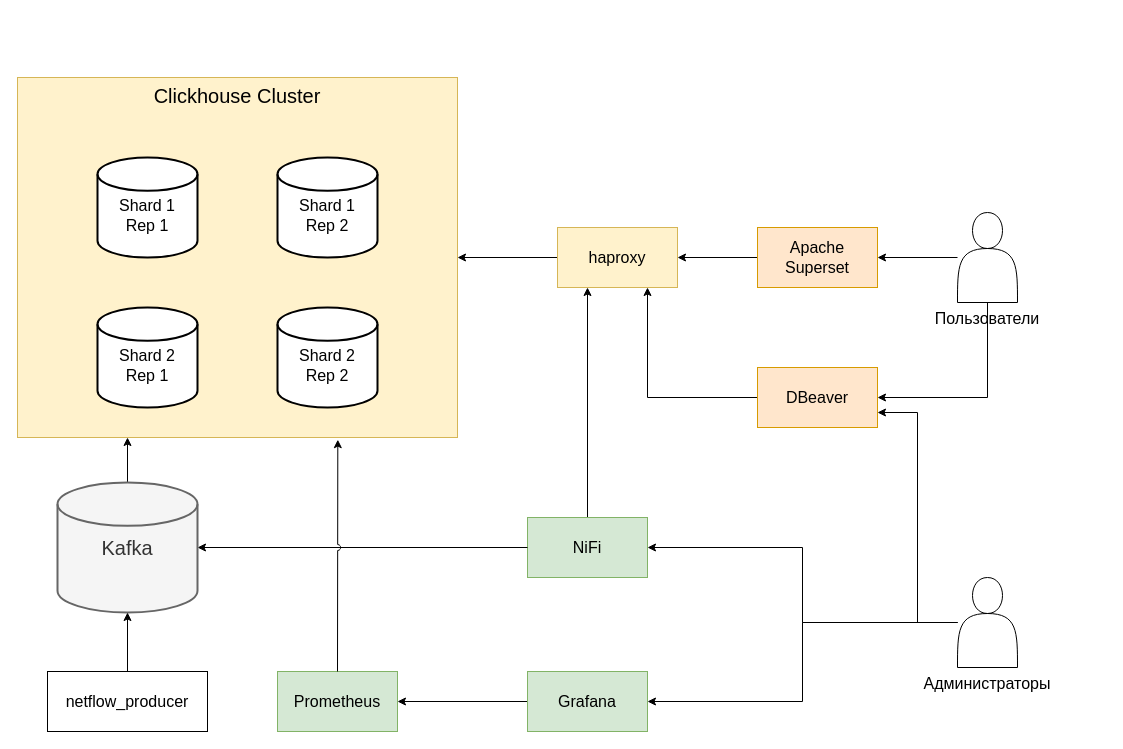
Earlier version of the draw.io diagram hld_diagram.drawio (ddmitry80/otus-clickhouse-project). Source tidied: cells renumbered, new cells numbered last; positions are measured from the earlier drawing's top-left corner, leaving out a move shared by most shapes. Both pictures are drawn from the tidied source at 100%, with x=0, y=0 at pixel (17, 77).
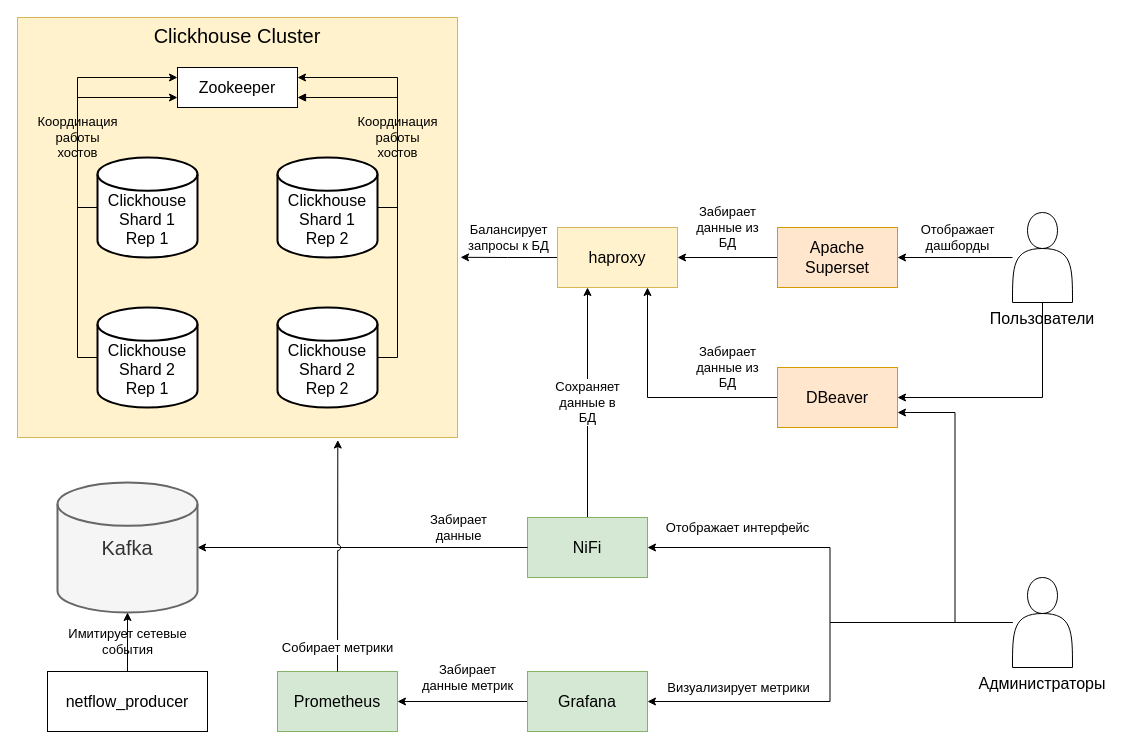
The same page after the edit.

Commit message (it also covers changes not shown here):
Обновленный HLD проекта

Unchanged cells that the change refers to:
```xml
<mxCell id="9" value="haproxy" style="rounded=0;whiteSpace=wrap;html=1;fontSize=16;fillColor=#fff2cc;strokeColor=#d6b656;" parent="1" vertex="1">
  <mxGeometry x="540" y="150" width="120" height="60" as="geometry" />
</mxCell>
<mxCell id="14" value="Prometheus" style="rounded=0;whiteSpace=wrap;html=1;fontSize=16;fillColor=#d5e8d4;strokeColor=#82b366;" parent="1" vertex="1">
  <mxGeometry x="260" y="594" width="120" height="60" as="geometry" />
</mxCell>
<mxCell id="16" value="Grafana" style="rounded=0;whiteSpace=wrap;html=1;fontSize=16;fillColor=#d5e8d4;strokeColor=#82b366;" parent="1" vertex="1">
  <mxGeometry x="510" y="594" width="120" height="60" as="geometry" />
</mxCell>
<mxCell id="22" value="NiFi" style="rounded=0;whiteSpace=wrap;html=1;fontSize=16;fillColor=#d5e8d4;strokeColor=#82b366;" parent="1" vertex="1">
  <mxGeometry x="510" y="440" width="120" height="60" as="geometry" />
</mxCell>
<mxCell id="29" value="Kafka" style="strokeWidth=2;html=1;shape=mxgraph.flowchart.database;whiteSpace=wrap;fontSize=20;fillColor=#f5f5f5;fontColor=#333333;strokeColor=#666666;" parent="1" vertex="1">
  <mxGeometry x="40" y="405" width="140" height="130" as="geometry" />
</mxCell>
<mxCell id="31" value="netflow_producer" style="rounded=0;whiteSpace=wrap;html=1;fontSize=16;" parent="1" vertex="1">
  <mxGeometry x="30" y="594" width="160" height="60" as="geometry" />
</mxCell>
```

Diff of the diagram source:
```diff
@@
-    <mxCell id="2" style="group;fillColor=#fff2cc;strokeColor=#d6b656;" parent="1" vertex="1">
-      <mxGeometry width="440" height="360" as="geometry" />
-    </mxCell>
-    <mxCell id="3" value="Clickhouse Cluster" style="rounded=0;whiteSpace=wrap;html=1;fontSize=20;verticalAlign=top;fillColor=#fff2cc;strokeColor=#d6b656;" parent="2" vertex="1">
-      <mxGeometry width="440" height="360" as="geometry" />
-    </mxCell>
-    <mxCell id="4" value="Shard 1&lt;br&gt;Rep 1" style="strokeWidth=2;html=1;shape=mxgraph.flowchart.database;whiteSpace=wrap;fontSize=16;verticalAlign=middle;spacingTop=16;" parent="2" vertex="1">
-      <mxGeometry x="80" y="80" width="100" height="100" as="geometry" />
-    </mxCell>
-    <mxCell id="5" value="Shard 1&lt;br&gt;Rep 2" style="strokeWidth=2;html=1;shape=mxgraph.flowchart.database;whiteSpace=wrap;fontSize=16;verticalAlign=middle;spacingTop=16;" parent="2" vertex="1">
-      <mxGeometry x="260" y="80" width="100" height="100" as="geometry" />
-    </mxCell>
-    <mxCell id="6" value="Shard 2&lt;br&gt;Rep 1" style="strokeWidth=2;html=1;shape=mxgraph.flowchart.database;whiteSpace=wrap;fontSize=16;verticalAlign=middle;spacingTop=16;" parent="2" vertex="1">
-      <mxGeometry x="80" y="230" width="100" height="100" as="geometry" />
-    </mxCell>
-    <mxCell id="7" value="Shard 2&lt;br&gt;Rep 2" style="strokeWidth=2;html=1;shape=mxgraph.flowchart.database;whiteSpace=wrap;fontSize=16;verticalAlign=middle;spacingTop=16;" parent="2" vertex="1">
-      <mxGeometry x="260" y="230" width="100" height="100" as="geometry" />
-    </mxCell>
-    <mxCell id="8" style="edgeStyle=orthogonalEdgeStyle;rounded=0;jettySize=auto;html=1;startArrow=none;startFill=0;" parent="1" edge="1" source="9" target="3">
-      <mxGeometry relative="1" as="geometry" />
+    <mxCell id="8" value="Балансирует&lt;br&gt;запросы к БД" style="edgeStyle=orthogonalEdgeStyle;rounded=0;jettySize=auto;html=1;startArrow=none;startFill=0;fontSize=13;entryX=1.007;entryY=0.571;entryDx=0;entryDy=0;entryPerimeter=0;" parent="1" edge="1" source="9" target="3">
+      <mxGeometry y="-20" relative="1" as="geometry" />
     </mxCell>
@@
-    <mxCell id="10" style="edgeStyle=orthogonalEdgeStyle;rounded=0;jettySize=auto;html=1;entryX=1;entryY=0.5;entryDx=0;entryDy=0;" parent="1" edge="1" source="11" target="9">
-      <mxGeometry relative="1" as="geometry" />
+    <mxCell id="10" value="Забирает&lt;br&gt;данные из&lt;br&gt;БД" style="edgeStyle=orthogonalEdgeStyle;rounded=0;jettySize=auto;html=1;entryX=1;entryY=0.5;entryDx=0;entryDy=0;fontSize=13;" parent="1" edge="1" source="11" target="9">
+      <mxGeometry y="-30" relative="1" as="geometry" />
     </mxCell>
     <mxCell id="11" value="Apache Superset" style="rounded=0;whiteSpace=wrap;html=1;fontSize=16;fillColor=#ffe6cc;strokeColor=#d79b00;" parent="1" vertex="1">
-      <mxGeometry x="740" y="150" width="120" height="60" as="geometry" />
+      <mxGeometry x="760" y="150" width="120" height="60" as="geometry" />
     </mxCell>
-    <mxCell id="12" style="edgeStyle=orthogonalEdgeStyle;rounded=0;jettySize=auto;html=1;entryX=0.75;entryY=1;entryDx=0;entryDy=0;" parent="1" edge="1" source="13" target="9">
-      <mxGeometry relative="1" as="geometry" />
+    <mxCell id="12" value="Забирает&lt;br&gt;данные из&lt;br&gt;БД" style="edgeStyle=orthogonalEdgeStyle;rounded=0;jettySize=auto;html=1;entryX=0.75;entryY=1;entryDx=0;entryDy=0;fontSize=13;" parent="1" edge="1" source="13" target="9">
+      <mxGeometry x="-0.58" y="-30" relative="1" as="geometry" />
     </mxCell>
     <mxCell id="13" value="DBeaver" style="rounded=0;whiteSpace=wrap;html=1;fontSize=16;fillColor=#ffe6cc;strokeColor=#d79b00;" parent="1" vertex="1">
-      <mxGeometry x="740" y="290" width="120" height="60" as="geometry" />
+      <mxGeometry x="760" y="290" width="120" height="60" as="geometry" />
     </mxCell>
@@
-    <mxCell id="15" style="edgeStyle=orthogonalEdgeStyle;rounded=0;jettySize=auto;html=1;" parent="1" edge="1" source="16" target="14">
-      <mxGeometry relative="1" as="geometry" />
+    <mxCell id="15" value="Забирает&lt;br&gt;данные&amp;nbsp;метрик" style="edgeStyle=orthogonalEdgeStyle;rounded=0;jettySize=auto;html=1;fontSize=13;" parent="1" edge="1" source="16" target="14">
+      <mxGeometry x="-0.08" y="-24" relative="1" as="geometry" />
     </mxCell>
@@
-    <mxCell id="17" style="edgeStyle=orthogonalEdgeStyle;rounded=0;jettySize=auto;html=1;entryX=0.25;entryY=1;entryDx=0;entryDy=0;" parent="1" edge="1" source="29" target="3">
-      <mxGeometry relative="1" as="geometry" />
-    </mxCell>
-    <mxCell id="18" style="edgeStyle=orthogonalEdgeStyle;rounded=0;jettySize=auto;html=1;" parent="1" edge="1" source="20" target="11">
-      <mxGeometry relative="1" as="geometry" />
+    <mxCell id="18" value="Отображает&lt;br&gt;дашборды" style="edgeStyle=orthogonalEdgeStyle;rounded=0;jettySize=auto;html=1;fontSize=13;" parent="1" edge="1" source="20" target="11">
+      <mxGeometry x="-0.04" y="-20" relative="1" as="geometry" />
     </mxCell>
@@
     <mxCell id="20" value="Пользователи" style="shape=actor;whiteSpace=wrap;html=1;verticalAlign=top;labelPosition=center;verticalLabelPosition=bottom;align=center;fontSize=16;" parent="1" vertex="1">
-      <mxGeometry x="940" y="135" width="60" height="90" as="geometry" />
+      <mxGeometry x="995" y="135" width="60" height="90" as="geometry" />
     </mxCell>
-    <mxCell id="21" style="edgeStyle=orthogonalEdgeStyle;rounded=0;jettySize=auto;html=1;exitX=0.5;exitY=0;exitDx=0;exitDy=0;entryX=0.25;entryY=1;entryDx=0;entryDy=0;" parent="1" edge="1" source="22" target="9">
+    <mxCell id="21" value="Сохраняет&lt;br&gt;данные в&lt;br&gt;БД" style="edgeStyle=orthogonalEdgeStyle;rounded=0;jettySize=auto;html=1;exitX=0.5;exitY=0;exitDx=0;exitDy=0;entryX=0.25;entryY=1;entryDx=0;entryDy=0;fontSize=13;" parent="1" edge="1" source="22" target="9">
       <mxGeometry relative="1" as="geometry" />
     </mxCell>
@@
-    <mxCell id="23" style="edgeStyle=orthogonalEdgeStyle;rounded=0;jettySize=auto;html=1;exitX=0;exitY=0.5;exitDx=0;exitDy=0;entryX=1;entryY=0.5;entryDx=0;entryDy=0;entryPerimeter=0;" parent="1" edge="1" source="22" target="29">
-      <mxGeometry relative="1" as="geometry" />
+    <mxCell id="23" value="Забирает&lt;br&gt;данные" style="edgeStyle=orthogonalEdgeStyle;rounded=0;jettySize=auto;html=1;exitX=0;exitY=0.5;exitDx=0;exitDy=0;entryX=1;entryY=0.5;entryDx=0;entryDy=0;entryPerimeter=0;fontSize=13;" parent="1" edge="1" source="22" target="29">
+      <mxGeometry x="-0.58" y="-20" relative="1" as="geometry" />
     </mxCell>
-    <mxCell id="24" style="edgeStyle=orthogonalEdgeStyle;rounded=0;jettySize=auto;html=1;entryX=1;entryY=0.5;entryDx=0;entryDy=0;" parent="1" edge="1" source="27" target="22">
-      <mxGeometry relative="1" as="geometry" />
+    <mxCell id="24" value="Отображает интерфейс" style="edgeStyle=orthogonalEdgeStyle;rounded=0;jettySize=auto;html=1;entryX=1;entryY=0.5;entryDx=0;entryDy=0;fontSize=13;" parent="1" edge="1" source="27" target="22">
+      <mxGeometry x="0.59" y="-20" relative="1" as="geometry" />
     </mxCell>
-    <mxCell id="25" style="edgeStyle=orthogonalEdgeStyle;rounded=0;jettySize=auto;html=1;entryX=1;entryY=0.5;entryDx=0;entryDy=0;" parent="1" edge="1" source="27" target="16">
-      <mxGeometry relative="1" as="geometry" />
+    <mxCell id="25" value="Визуализирует метрики" style="edgeStyle=orthogonalEdgeStyle;rounded=0;jettySize=auto;html=1;entryX=1;entryY=0.5;entryDx=0;entryDy=0;fontSize=13;" parent="1" edge="1" source="27" target="16">
+      <mxGeometry x="0.59" y="-14" relative="1" as="geometry" />
     </mxCell>
@@
     <mxCell id="27" value="Администраторы" style="shape=actor;whiteSpace=wrap;html=1;verticalAlign=top;labelPosition=center;verticalLabelPosition=bottom;align=center;fontSize=16;" parent="1" vertex="1">
-      <mxGeometry x="940" y="500" width="60" height="90" as="geometry" />
+      <mxGeometry x="995" y="500" width="60" height="90" as="geometry" />
     </mxCell>
-    <mxCell id="28" style="edgeStyle=orthogonalEdgeStyle;rounded=0;jettySize=auto;html=1;entryX=0.728;entryY=1.006;entryDx=0;entryDy=0;entryPerimeter=0;jumpStyle=arc;" parent="1" edge="1" source="14" target="3">
-      <mxGeometry relative="1" as="geometry" />
+    <mxCell id="28" value="Собирает метрики" style="edgeStyle=orthogonalEdgeStyle;rounded=0;jettySize=auto;html=1;entryX=0.728;entryY=1.006;entryDx=0;entryDy=0;entryPerimeter=0;jumpStyle=arc;fontSize=13;labelBackgroundColor=default;" parent="1" edge="1" source="14" target="3">
+      <mxGeometry x="-0.79" relative="1" as="geometry" />
     </mxCell>
@@
-    <mxCell id="30" style="edgeStyle=orthogonalEdgeStyle;rounded=0;jettySize=auto;html=1;" parent="1" edge="1" source="31" target="29">
+    <mxCell id="30" value="Имитирует сетевые&lt;br&gt;события" style="edgeStyle=orthogonalEdgeStyle;rounded=0;jettySize=auto;html=1;fontSize=13;labelBackgroundColor=none;" parent="1" edge="1" source="31" target="29">
       <mxGeometry relative="1" as="geometry" />
     </mxCell>
@@
+    <mxCell id="32" style="group;" parent="1" vertex="1">
+      <mxGeometry y="-60" width="440" height="420" as="geometry" />
+    </mxCell>
+    <mxCell id="2" style="group;fillColor=#fff2cc;strokeColor=#d6b656;" parent="32" vertex="1">
+      <mxGeometry y="60" width="440" height="360" as="geometry" />
+    </mxCell>
+    <mxCell id="3" value="Clickhouse Cluster" style="rounded=0;whiteSpace=wrap;html=1;fontSize=20;verticalAlign=top;fillColor=#fff2cc;strokeColor=#d6b656;" parent="32" vertex="1">
+      <mxGeometry width="440" height="420" as="geometry" />
+    </mxCell>
+    <mxCell id="33" style="edgeStyle=orthogonalEdgeStyle;rounded=0;jettySize=auto;html=1;exitX=0;exitY=0.5;exitDx=0;exitDy=0;exitPerimeter=0;entryX=0;entryY=0.75;entryDx=0;entryDy=0;" parent="32" edge="1" source="4" target="36">
+      <mxGeometry relative="1" as="geometry" />
+    </mxCell>
+    <mxCell id="4" value="Clickhouse&lt;br&gt;Shard 1&lt;br&gt;Rep 1" style="strokeWidth=2;html=1;shape=mxgraph.flowchart.database;whiteSpace=wrap;fontSize=16;verticalAlign=middle;spacingTop=24;" parent="32" vertex="1">
+      <mxGeometry x="80" y="140" width="100" height="100" as="geometry" />
+    </mxCell>
+    <mxCell id="5" value="Clickhouse&lt;br&gt;Shard 1&lt;br&gt;Rep 2" style="strokeWidth=2;html=1;shape=mxgraph.flowchart.database;whiteSpace=wrap;fontSize=16;verticalAlign=middle;spacingTop=24;" parent="32" vertex="1">
+      <mxGeometry x="260" y="140" width="100" height="100" as="geometry" />
+    </mxCell>
+    <mxCell id="34" value="Координация&lt;br&gt;работы&lt;br&gt;хостов" style="edgeStyle=orthogonalEdgeStyle;rounded=0;jettySize=auto;html=1;exitX=0;exitY=0.5;exitDx=0;exitDy=0;exitPerimeter=0;entryX=0;entryY=0.25;entryDx=0;entryDy=0;labelBackgroundColor=none;fontSize=13;" parent="32" edge="1" source="6" target="36">
+      <mxGeometry x="0.2" relative="1" as="geometry" />
+    </mxCell>
+    <mxCell id="6" value="Clickhouse&lt;br&gt;Shard 2&lt;br&gt;Rep 1" style="strokeWidth=2;html=1;shape=mxgraph.flowchart.database;whiteSpace=wrap;fontSize=16;verticalAlign=middle;spacingTop=24;" parent="32" vertex="1">
+      <mxGeometry x="80" y="290" width="100" height="100" as="geometry" />
+    </mxCell>
+    <mxCell id="35" style="edgeStyle=orthogonalEdgeStyle;rounded=0;jettySize=auto;html=1;exitX=1;exitY=0.5;exitDx=0;exitDy=0;exitPerimeter=0;entryX=1;entryY=0.25;entryDx=0;entryDy=0;" parent="32" edge="1" source="7" target="36">
+      <mxGeometry relative="1" as="geometry" />
+    </mxCell>
+    <mxCell id="7" value="Clickhouse&lt;br&gt;Shard 2&lt;br&gt;Rep 2" style="strokeWidth=2;html=1;shape=mxgraph.flowchart.database;whiteSpace=wrap;fontSize=16;verticalAlign=middle;spacingTop=24;" parent="32" vertex="1">
+      <mxGeometry x="260" y="290" width="100" height="100" as="geometry" />
+    </mxCell>
+    <mxCell id="36" value="Zookeeper" style="rounded=0;whiteSpace=wrap;html=1;fontSize=16;" parent="32" vertex="1">
+      <mxGeometry x="160" y="50" width="120" height="40" as="geometry" />
+    </mxCell>
+    <mxCell id="37" value="Координация&lt;br&gt;работы&lt;br&gt;хостов" style="edgeStyle=orthogonalEdgeStyle;rounded=0;jettySize=auto;html=1;exitX=1;exitY=0.75;exitDx=0;exitDy=0;entryX=1;entryY=0.5;entryDx=0;entryDy=0;entryPerimeter=0;startArrow=block;startFill=1;endArrow=none;fontSize=13;labelBackgroundColor=none;" parent="32" edge="1" source="36" target="5">
+      <mxGeometry x="0.22" relative="1" as="geometry" />
+    </mxCell>
```
